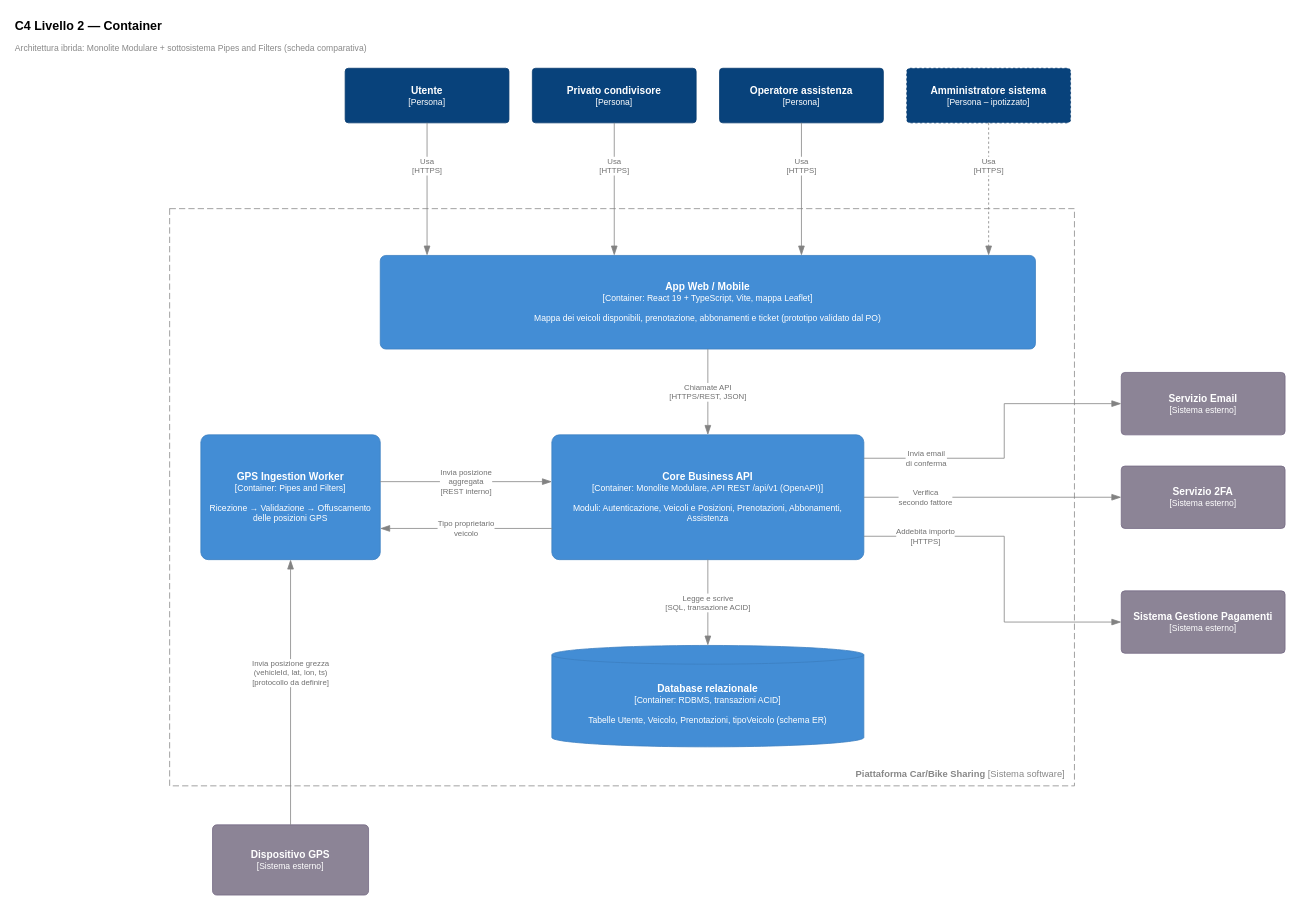
Above: page "C4 L2 - Container" (2 of 3) of docs/design/c4/C4_architettura_carsharing.drawio in Riccardo2104/ProjectWork_App_Carsharing (draw.io), before the change. Source tidied: cells renumbered, new cells numbered last; positions are measured from the earlier drawing's top-left corner, leaving out a move shared by most shapes. Both pictures are drawn from the tidied source at 78%, with x=0, y=0 at pixel (13, 13).
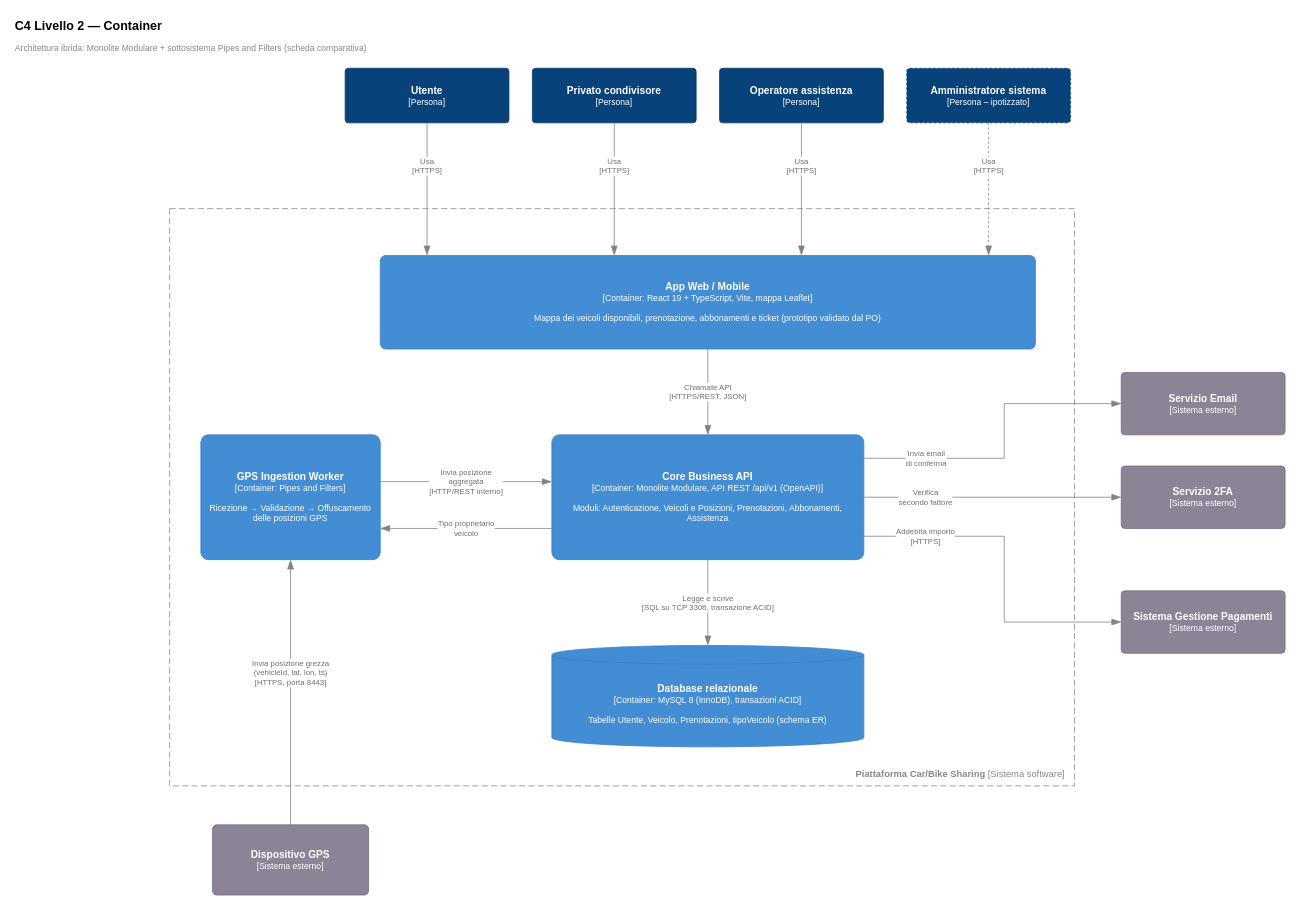
The same page after the edit.

Change to the diagram source:
```diff
@@
-    <mxCell id="12" value="&lt;b style=&quot;font-size:13px&quot;&gt;Database relazionale&lt;/b&gt;&lt;br&gt;[Container: RDBMS, transazioni ACID]&lt;br&gt;&lt;br&gt;Tabelle Utente, Veicolo, Prenotazioni, tipoVeicolo (schema ER)" style="shape=cylinder3;whiteSpace=wrap;html=1;boundedLbl=1;backgroundOutline=1;size=12;fontSize=11;fillColor=#438dd5;strokeColor=#3c7fc0;fontColor=#ffffff;spacing=8;" parent="1" vertex="1">
+    <mxCell id="12" value="&lt;b style=&quot;font-size:13px&quot;&gt;Database relazionale&lt;/b&gt;&lt;br&gt;[Container: MySQL 8 (InnoDB), transazioni ACID]&lt;br&gt;&lt;br&gt;Tabelle Utente, Veicolo, Prenotazioni, tipoVeicolo (schema ER)" style="shape=cylinder3;whiteSpace=wrap;html=1;boundedLbl=1;backgroundOutline=1;size=12;fontSize=11;fillColor=#438dd5;strokeColor=#3c7fc0;fontColor=#ffffff;spacing=8;" parent="1" vertex="1">
       <mxGeometry x="690" y="810" width="400" height="130" as="geometry" />
     </mxCell>
@@
-    <mxCell id="22" value="Legge e scrive&lt;br&gt;[SQL, transazione ACID]" style="edgeStyle=none;html=1;rounded=0;endArrow=blockThin;endFill=1;endSize=10;fontSize=10;labelBackgroundColor=default;strokeColor=#828282;fontColor=#707070;" parent="1" edge="1">
+    <mxCell id="22" value="Legge e scrive&lt;br&gt;[SQL su TCP 3306, transazione ACID]" style="edgeStyle=none;html=1;rounded=0;endArrow=blockThin;endFill=1;endSize=10;fontSize=10;labelBackgroundColor=default;strokeColor=#828282;fontColor=#707070;" parent="1" edge="1">
       <mxGeometry relative="1" as="geometry">
         <mxPoint x="890" y="700" as="sourcePoint" />
         <mxPoint x="890" y="810" as="targetPoint" />
       </mxGeometry>
     </mxCell>
-    <mxCell id="23" value="Invia posizione grezza&lt;br&gt;(vehicleId, lat, lon, ts)&lt;br&gt;[protocollo da definire]" style="edgeStyle=none;html=1;rounded=0;endArrow=blockThin;endFill=1;endSize=10;fontSize=10;labelBackgroundColor=default;strokeColor=#828282;fontColor=#707070;" parent="1" edge="1">
+    <mxCell id="23" value="Invia posizione grezza&lt;br&gt;(vehicleId, lat, lon, ts)&lt;br&gt;[HTTPS, porta 8443]" style="edgeStyle=none;html=1;rounded=0;endArrow=blockThin;endFill=1;endSize=10;fontSize=10;labelBackgroundColor=default;strokeColor=#828282;fontColor=#707070;" parent="1" edge="1">
       <mxGeometry x="0.15" relative="1" as="geometry">
         <mxPoint x="355" y="1040" as="sourcePoint" />
         <mxPoint x="355" y="700" as="targetPoint" />
       </mxGeometry>
     </mxCell>
-    <mxCell id="24" value="Invia posizione&lt;br&gt;aggregata&lt;br&gt;[REST interno]" style="edgeStyle=none;html=1;rounded=0;endArrow=blockThin;endFill=1;endSize=10;fontSize=10;labelBackgroundColor=default;strokeColor=#828282;fontColor=#707070;" parent="1" edge="1">
+    <mxCell id="24" value="Invia posizione&lt;br&gt;aggregata&lt;br&gt;[HTTP/REST interno]" style="edgeStyle=none;html=1;rounded=0;endArrow=blockThin;endFill=1;endSize=10;fontSize=10;labelBackgroundColor=default;strokeColor=#828282;fontColor=#707070;" parent="1" edge="1">
       <mxGeometry relative="1" as="geometry">
         <mxPoint x="470" y="600" as="sourcePoint" />
         <mxPoint x="690" y="600" as="targetPoint" />
       </mxGeometry>
     </mxCell>
```
